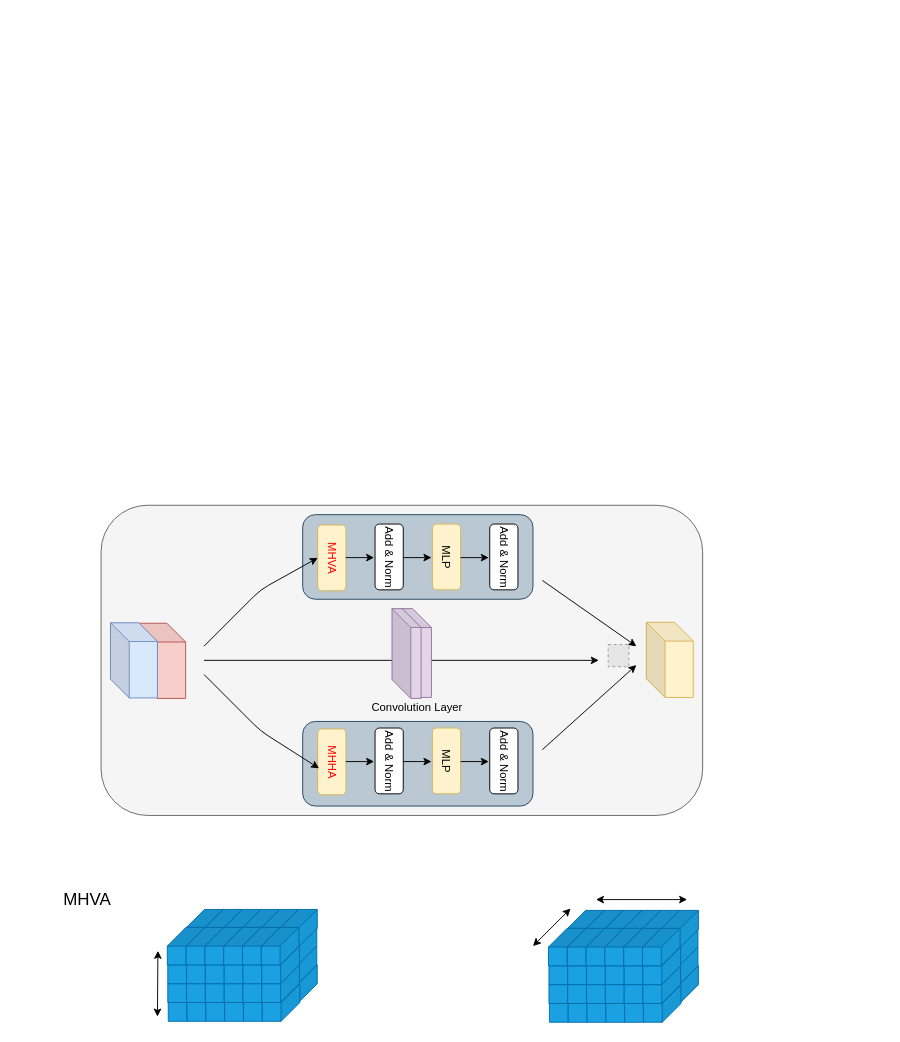
Earlier version of the draw.io diagram image_spatial_transformer.drawio (920232796/test). Source tidied: cells renumbered, new cells numbered last; positions are measured from the earlier drawing's top-left corner, leaving out a move shared by most shapes. Both pictures are drawn from the tidied source at 94%, with x=0, y=0 at pixel (54, 505). Pictures stored in the file or linked from it are replaced by grey dashed boxes.
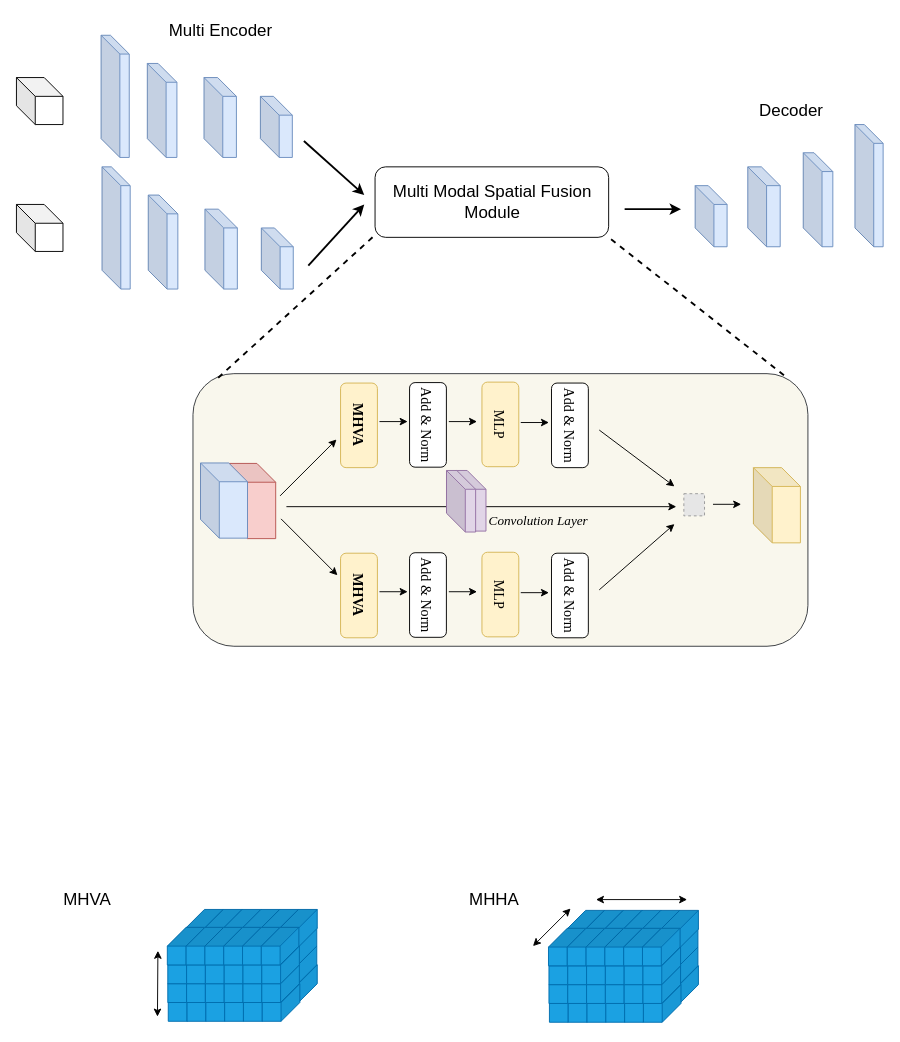
The same page after the edit.

The edit, as a diff of the source:
```diff
@@
-    <mxCell id="20" style="rounded=1;whiteSpace=wrap;html=1;align=center;fillColor=#f5f5f5;strokeColor=#666666;fontColor=#333333;" parent="1" vertex="1">
-      <mxGeometry x="50" width="640" height="330" as="geometry" />
+    <mxCell id="20" style="rounded=1;whiteSpace=wrap;html=1;align=center;fillColor=#f9f7ed;strokeColor=#36393d;" parent="1" vertex="1">
+      <mxGeometry x="147.8" y="-140" width="654.2" height="290" as="geometry" />
     </mxCell>
     <mxCell id="21" style="shape=cube;whiteSpace=wrap;html=1;boundedLbl=1;backgroundOutline=1;darkOpacity=0.05;darkOpacity2=0.1;fillColor=#f8cecc;strokeColor=#b85450;" parent="1" vertex="1">
-      <mxGeometry x="90" y="125.5" width="50" height="80" as="geometry" />
+      <mxGeometry x="185.8" y="-44.5" width="50" height="80" as="geometry" />
     </mxCell>
     <mxCell id="22" style="shape=cube;whiteSpace=wrap;html=1;boundedLbl=1;backgroundOutline=1;darkOpacity=0.05;darkOpacity2=0.1;fillColor=#dae8fc;strokeColor=#6c8ebf;" parent="1" vertex="1">
-      <mxGeometry x="60" y="125" width="50" height="80" as="geometry" />
+      <mxGeometry x="155.8" y="-45" width="50" height="80" as="geometry" />
     </mxCell>
-    <mxCell id="23" style="rounded=1;whiteSpace=wrap;html=1;align=center;fillColor=#bac8d3;strokeColor=#23445d;" parent="1" vertex="1">
-      <mxGeometry x="264.5" y="10" width="245" height="90" as="geometry" />
-    </mxCell>
-    <mxCell id="24" value="&lt;font color=&quot;#ff0000&quot;&gt;MHVA&lt;/font&gt;" style="rounded=1;whiteSpace=wrap;html=1;align=center;horizontal=0;rotation=-180;fillColor=#fff2cc;strokeColor=#d6b656;" parent="1" vertex="1">
-      <mxGeometry x="280.5" y="21" width="30" height="70" as="geometry" />
+    <mxCell id="24" value="&lt;font face=&quot;Times New Roman&quot; style=&quot;font-size: 15px&quot;&gt;MHVA&lt;/font&gt;" style="rounded=1;whiteSpace=wrap;html=1;align=center;horizontal=0;rotation=-180;fillColor=#fff2cc;strokeColor=#d6b656;fontSize=15;fontStyle=1;" parent="1" vertex="1">
+      <mxGeometry x="304.8" y="-130" width="39.2" height="90" as="geometry" />
     </mxCell>
     <mxCell id="25" style="endArrow=classic;html=1;" parent="1" edge="1">
       <mxGeometry relative="1" as="geometry">
-        <mxPoint x="310.5" y="55.7" as="sourcePoint" />
-        <mxPoint x="340.5" y="55.7" as="targetPoint" />
+        <mxPoint x="346.2" y="-89" as="sourcePoint" />
+        <mxPoint x="376.2" y="-89" as="targetPoint" />
       </mxGeometry>
     </mxCell>
-    <mxCell id="26" style="endArrow=classic;html=1;exitX=0.995;exitY=0.514;exitDx=0;exitDy=0;exitPerimeter=0;entryX=1;entryY=0.5;entryDx=0;entryDy=0;" parent="1" edge="1" target="24">
+    <mxCell id="26" style="endArrow=classic;html=1;exitX=0.995;exitY=0.514;exitDx=0;exitDy=0;exitPerimeter=0;" parent="1" edge="1">
       <mxGeometry relative="1" as="geometry">
-        <mxPoint x="159.5" y="150" as="sourcePoint" />
+        <mxPoint x="240.5" y="-10" as="sourcePoint" />
+        <mxPoint x="300.2" y="-70" as="targetPoint" />
         <Array as="points">
-          <mxPoint x="219.5" y="90" />
+          <mxPoint x="300.5" y="-70" />
         </Array>
       </mxGeometry>
     </mxCell>
-    <mxCell id="27" value="Add &amp;amp; Norm" style="rounded=1;whiteSpace=wrap;html=1;align=center;horizontal=0;rotation=-180;" parent="1" vertex="1">
-      <mxGeometry x="341.5" y="20" width="30" height="70" as="geometry" />
-    </mxCell>
     <mxCell id="28" style="endArrow=classic;html=1;" parent="1" edge="1">
       <mxGeometry relative="1" as="geometry">
-        <mxPoint x="371.5" y="55.7" as="sourcePoint" />
-        <mxPoint x="401.5" y="55.7" as="targetPoint" />
+        <mxPoint x="420" y="-89" as="sourcePoint" />
+        <mxPoint x="450" y="-89" as="targetPoint" />
       </mxGeometry>
     </mxCell>
-    <mxCell id="29" value="MLP" style="rounded=1;whiteSpace=wrap;html=1;align=center;horizontal=0;rotation=-180;fillColor=#fff2cc;strokeColor=#d6b656;" parent="1" vertex="1">
-      <mxGeometry x="402.5" y="20" width="30" height="70" as="geometry" />
+    <mxCell id="29" value="MLP" style="rounded=1;whiteSpace=wrap;html=1;align=center;horizontal=0;rotation=-180;fillColor=#fff2cc;strokeColor=#d6b656;fontFamily=Times New Roman;fontSize=15;" parent="1" vertex="1">
+      <mxGeometry x="455.2" y="-131" width="39.2" height="90" as="geometry" />
     </mxCell>
     <mxCell id="30" style="endArrow=classic;html=1;" parent="1" edge="1">
       <mxGeometry relative="1" as="geometry">
-        <mxPoint x="432.5" y="55.7" as="sourcePoint" />
-        <mxPoint x="462.5" y="55.7" as="targetPoint" />
+        <mxPoint x="496.5" y="-88" as="sourcePoint" />
+        <mxPoint x="526.5" y="-88" as="targetPoint" />
       </mxGeometry>
     </mxCell>
-    <mxCell id="31" value="Add &amp;amp; Norm" style="rounded=1;whiteSpace=wrap;html=1;align=center;horizontal=0;rotation=-180;" parent="1" vertex="1">
-      <mxGeometry x="463.5" y="20" width="30" height="70" as="geometry" />
+    <mxCell id="31" value="Add &amp;amp; Norm" style="rounded=1;whiteSpace=wrap;html=1;align=center;horizontal=0;rotation=-180;fontFamily=Times New Roman;fontSize=15;" parent="1" vertex="1">
+      <mxGeometry x="529.2" y="-130" width="39.2" height="90" as="geometry" />
     </mxCell>
-    <mxCell id="32" style="rounded=1;whiteSpace=wrap;html=1;align=center;fillColor=#bac8d3;strokeColor=#23445d;" parent="1" vertex="1">
-      <mxGeometry x="264.5" y="230" width="245" height="90" as="geometry" />
-    </mxCell>
-    <mxCell id="33" value="&lt;font color=&quot;#ff0000&quot;&gt;MHHA&lt;/font&gt;" style="rounded=1;whiteSpace=wrap;html=1;align=center;horizontal=0;rotation=-180;fillColor=#fff2cc;strokeColor=#d6b656;" parent="1" vertex="1">
-      <mxGeometry x="280.5" y="238" width="30" height="70" as="geometry" />
-    </mxCell>
-    <mxCell id="34" style="endArrow=classic;html=1;" parent="1" edge="1">
-      <mxGeometry relative="1" as="geometry">
-        <mxPoint x="310.5" y="272.7" as="sourcePoint" />
-        <mxPoint x="340.5" y="272.7" as="targetPoint" />
-      </mxGeometry>
-    </mxCell>
-    <mxCell id="35" value="Add &amp;amp; Norm" style="rounded=1;whiteSpace=wrap;html=1;align=center;horizontal=0;rotation=-180;" parent="1" vertex="1">
-      <mxGeometry x="341.5" y="237" width="30" height="70" as="geometry" />
-    </mxCell>
-    <mxCell id="36" style="endArrow=classic;html=1;" parent="1" edge="1">
-      <mxGeometry relative="1" as="geometry">
-        <mxPoint x="371.5" y="272.7" as="sourcePoint" />
-        <mxPoint x="401.5" y="272.7" as="targetPoint" />
-      </mxGeometry>
-    </mxCell>
-    <mxCell id="37" value="MLP" style="rounded=1;whiteSpace=wrap;html=1;align=center;horizontal=0;rotation=-180;fillColor=#fff2cc;strokeColor=#d6b656;" parent="1" vertex="1">
-      <mxGeometry x="402.5" y="237" width="30" height="70" as="geometry" />
-    </mxCell>
-    <mxCell id="38" style="endArrow=classic;html=1;" parent="1" edge="1">
-      <mxGeometry relative="1" as="geometry">
-        <mxPoint x="432.5" y="272.7" as="sourcePoint" />
-        <mxPoint x="462.5" y="272.7" as="targetPoint" />
-      </mxGeometry>
-    </mxCell>
-    <mxCell id="39" value="Add &amp;amp; Norm" style="rounded=1;whiteSpace=wrap;html=1;align=center;horizontal=0;rotation=-180;" parent="1" vertex="1">
-      <mxGeometry x="463.5" y="237" width="30" height="70" as="geometry" />
-    </mxCell>
-    <mxCell id="40" style="endArrow=classic;html=1;exitX=0.995;exitY=0.514;exitDx=0;exitDy=0;exitPerimeter=0;entryX=0.952;entryY=0.402;entryDx=0;entryDy=0;entryPerimeter=0;" parent="1" edge="1" target="33">
+    <mxCell id="40" style="endArrow=classic;html=1;exitX=0.995;exitY=0.514;exitDx=0;exitDy=0;exitPerimeter=0;" parent="1" edge="1">
       <mxGeometry relative="1" as="geometry">
-        <mxPoint x="159.5" y="180" as="sourcePoint" />
+        <mxPoint x="241.5" y="14.5" as="sourcePoint" />
+        <mxPoint x="301.2" y="74.5" as="targetPoint" />
         <Array as="points">
-          <mxPoint x="219.5" y="240" />
+          <mxPoint x="301.5" y="74.5" />
         </Array>
       </mxGeometry>
     </mxCell>
     <mxCell id="41" style="endArrow=classic;html=1;" parent="1" edge="1">
       <mxGeometry relative="1" as="geometry">
-        <mxPoint x="519.5" y="80" as="sourcePoint" />
-        <mxPoint x="619.5" y="150" as="targetPoint" />
+        <mxPoint x="580" y="-80" as="sourcePoint" />
+        <mxPoint x="660" y="-20" as="targetPoint" />
       </mxGeometry>
     </mxCell>
     <mxCell id="42" style="endArrow=classic;html=1;" parent="1" edge="1">
       <mxGeometry relative="1" as="geometry">
-        <mxPoint x="519.5" y="260" as="sourcePoint" />
-        <mxPoint x="619.5" y="170" as="targetPoint" />
+        <mxPoint x="580" y="90" as="sourcePoint" />
+        <mxPoint x="660" y="20" as="targetPoint" />
       </mxGeometry>
     </mxCell>
     <mxCell id="43" style="fillColor=#E6E6E6;strokeColor=#999999;dashed=1;verticalLabelPosition=bottom;labelBackgroundColor=#ffffff;verticalAlign=top;" parent="1" vertex="1">
-      <mxGeometry x="589.5" y="148.2" width="22" height="23.6" as="geometry" />
+      <mxGeometry x="670" y="-12.3" width="22" height="23.6" as="geometry" />
     </mxCell>
     <mxCell id="44" style="endArrow=classic;html=1;" parent="1" edge="1">
       <mxGeometry relative="1" as="geometry">
-        <mxPoint x="159.5" y="165" as="sourcePoint" />
-        <mxPoint x="579.5" y="165" as="targetPoint" />
+        <mxPoint x="247.2" y="1.5" as="sourcePoint" />
+        <mxPoint x="662" y="1.5" as="targetPoint" />
       </mxGeometry>
     </mxCell>
     <mxCell id="45" style="shape=cube;whiteSpace=wrap;html=1;boundedLbl=1;backgroundOutline=1;darkOpacity=0.05;darkOpacity2=0.1;align=center;fillColor=#e1d5e7;strokeColor=#9673a6;" parent="1" vertex="1">
-      <mxGeometry x="369.5" y="110" width="32" height="94.5" as="geometry" />
+      <mxGeometry x="427.5" y="-37" width="32" height="64.5" as="geometry" />
     </mxCell>
     <mxCell id="46" style="shape=cube;whiteSpace=wrap;html=1;boundedLbl=1;backgroundOutline=1;darkOpacity=0.05;darkOpacity2=0.1;align=center;fillColor=#e1d5e7;strokeColor=#9673a6;" parent="1" vertex="1">
-      <mxGeometry x="359.5" y="110" width="31" height="95.5" as="geometry" />
+      <mxGeometry x="417.5" y="-37" width="31" height="65.5" as="geometry" />
     </mxCell>
-    <mxCell id="47" value="Convolution Layer" style="text;html=1;align=center;verticalAlign=middle;" parent="1" vertex="1">
-      <mxGeometry x="330.5" y="204.5" width="110" height="20" as="geometry" />
+    <mxCell id="47" value="&lt;font style=&quot;font-size: 14px;&quot; face=&quot;Times New Roman&quot;&gt;&lt;i style=&quot;font-size: 14px;&quot;&gt;Convolution Layer&lt;/i&gt;&lt;/font&gt;" style="text;html=1;align=center;verticalAlign=middle;fontSize=14;" parent="1" vertex="1">
+      <mxGeometry x="455" y="6.3" width="120" height="20" as="geometry" />
     </mxCell>
     <mxCell id="48" style="shape=cube;whiteSpace=wrap;html=1;boundedLbl=1;backgroundOutline=1;darkOpacity=0.05;darkOpacity2=0.1;fillColor=#fff2cc;strokeColor=#d6b656;" parent="1" vertex="1">
-      <mxGeometry x="630" y="124.5" width="50" height="80" as="geometry" />
+      <mxGeometry x="744" y="-40" width="50" height="80" as="geometry" />
     </mxCell>
@@
+    <mxCell id="33" value="&lt;font style=&quot;font-size: 18px&quot;&gt;MHHA&lt;/font&gt;" style="text;html=1;align=center;verticalAlign=middle;points=[];strokeColor=none;fillColor=none;" parent="1" vertex="1">
+      <mxGeometry x="432.5" y="410" width="70" height="20" as="geometry" />
+    </mxCell>
+    <mxCell id="131" style="shape=cube;whiteSpace=wrap;html=1;boundedLbl=1;backgroundOutline=1;darkOpacity=0.05;darkOpacity2=0.1;fontSize=18;" parent="1" vertex="1">
+      <mxGeometry x="-40" y="-455" width="49.5" height="50" as="geometry" />
+    </mxCell>
+    <mxCell id="132" style="shape=cube;whiteSpace=wrap;html=1;boundedLbl=1;backgroundOutline=1;darkOpacity=0.05;darkOpacity2=0.1;fontSize=18;" parent="1" vertex="1">
+      <mxGeometry x="-40" y="-320" width="49.5" height="50" as="geometry" />
+    </mxCell>
+    <mxCell id="133" style="shape=cube;whiteSpace=wrap;html=1;boundedLbl=1;backgroundOutline=1;darkOpacity=0.05;darkOpacity2=0.1;fontSize=18;fillColor=#dae8fc;strokeColor=#6c8ebf;" parent="1" vertex="1">
+      <mxGeometry x="50" y="-500" width="30" height="130" as="geometry" />
+    </mxCell>
+    <mxCell id="134" style="shape=cube;whiteSpace=wrap;html=1;boundedLbl=1;backgroundOutline=1;darkOpacity=0.05;darkOpacity2=0.1;fontSize=18;fillColor=#dae8fc;strokeColor=#6c8ebf;" parent="1" vertex="1">
+      <mxGeometry x="99.2" y="-470" width="31.5" height="100" as="geometry" />
+    </mxCell>
+    <mxCell id="135" style="shape=cube;whiteSpace=wrap;html=1;boundedLbl=1;backgroundOutline=1;darkOpacity=0.05;darkOpacity2=0.1;fontSize=18;fillColor=#dae8fc;strokeColor=#6c8ebf;" parent="1" vertex="1">
+      <mxGeometry x="159.5" y="-455" width="34.5" height="85" as="geometry" />
+    </mxCell>
+    <mxCell id="136" style="shape=cube;whiteSpace=wrap;html=1;boundedLbl=1;backgroundOutline=1;darkOpacity=0.05;darkOpacity2=0.1;fontSize=18;fillColor=#dae8fc;strokeColor=#6c8ebf;" parent="1" vertex="1">
+      <mxGeometry x="219.5" y="-435" width="34" height="65" as="geometry" />
+    </mxCell>
+    <mxCell id="137" style="shape=cube;whiteSpace=wrap;html=1;boundedLbl=1;backgroundOutline=1;darkOpacity=0.05;darkOpacity2=0.1;fontSize=18;fillColor=#dae8fc;strokeColor=#6c8ebf;" parent="1" vertex="1">
+      <mxGeometry x="51" y="-360" width="30" height="130" as="geometry" />
+    </mxCell>
+    <mxCell id="138" style="shape=cube;whiteSpace=wrap;html=1;boundedLbl=1;backgroundOutline=1;darkOpacity=0.05;darkOpacity2=0.1;fontSize=18;fillColor=#dae8fc;strokeColor=#6c8ebf;" parent="1" vertex="1">
+      <mxGeometry x="100.2" y="-330" width="31.5" height="100" as="geometry" />
+    </mxCell>
+    <mxCell id="139" style="shape=cube;whiteSpace=wrap;html=1;boundedLbl=1;backgroundOutline=1;darkOpacity=0.05;darkOpacity2=0.1;fontSize=18;fillColor=#dae8fc;strokeColor=#6c8ebf;" parent="1" vertex="1">
+      <mxGeometry x="160.5" y="-315" width="34.5" height="85" as="geometry" />
+    </mxCell>
+    <mxCell id="140" style="shape=cube;whiteSpace=wrap;html=1;boundedLbl=1;backgroundOutline=1;darkOpacity=0.05;darkOpacity2=0.1;fontSize=18;fillColor=#dae8fc;strokeColor=#6c8ebf;" parent="1" vertex="1">
+      <mxGeometry x="220.5" y="-295" width="34" height="65" as="geometry" />
+    </mxCell>
+    <mxCell id="141" style="endArrow=classic;html=1;rounded=0;fontSize=18;strokeWidth=2;" parent="1" edge="1">
+      <mxGeometry relative="1" as="geometry">
+        <mxPoint x="270.5" y="-255" as="sourcePoint" />
+        <mxPoint x="330" y="-320" as="targetPoint" />
+      </mxGeometry>
+    </mxCell>
+    <mxCell id="142" style="endArrow=classic;html=1;rounded=0;fontSize=18;strokeWidth=2;" parent="1" edge="1">
+      <mxGeometry relative="1" as="geometry">
+        <mxPoint x="265.8" y="-387.5" as="sourcePoint" />
+        <mxPoint x="330" y="-330" as="targetPoint" />
+      </mxGeometry>
+    </mxCell>
+    <mxCell id="143" value="Multi Encoder" style="text;html=1;align=center;verticalAlign=middle;strokeColor=none;fillColor=none;fontSize=18;" parent="1" vertex="1">
+      <mxGeometry x="111.5" y="-520" width="130" height="30" as="geometry" />
+    </mxCell>
+    <mxCell id="144" value="Multi Modal Spatial Fusion Module" style="rounded=1;whiteSpace=wrap;html=1;fontSize=18;" parent="1" vertex="1">
+      <mxGeometry x="341.5" y="-360" width="248.5" height="75" as="geometry" />
+    </mxCell>
+    <mxCell id="145" style="endArrow=classic;html=1;rounded=0;fontSize=18;strokeWidth=2;" parent="1" edge="1">
+      <mxGeometry relative="1" as="geometry">
+        <mxPoint x="607" y="-315" as="sourcePoint" />
+        <mxPoint x="667" y="-315" as="targetPoint" />
+      </mxGeometry>
+    </mxCell>
+    <mxCell id="146" style="shape=cube;whiteSpace=wrap;html=1;boundedLbl=1;backgroundOutline=1;darkOpacity=0.05;darkOpacity2=0.1;fontSize=18;fillColor=#dae8fc;strokeColor=#6c8ebf;direction=east;" parent="1" vertex="1">
+      <mxGeometry x="852" y="-405" width="30" height="130" as="geometry" />
+    </mxCell>
+    <mxCell id="147" style="shape=cube;whiteSpace=wrap;html=1;boundedLbl=1;backgroundOutline=1;darkOpacity=0.05;darkOpacity2=0.1;fontSize=18;fillColor=#dae8fc;strokeColor=#6c8ebf;direction=east;" parent="1" vertex="1">
+      <mxGeometry x="797" y="-375" width="31.5" height="100" as="geometry" />
+    </mxCell>
+    <mxCell id="148" style="shape=cube;whiteSpace=wrap;html=1;boundedLbl=1;backgroundOutline=1;darkOpacity=0.05;darkOpacity2=0.1;fontSize=18;fillColor=#dae8fc;strokeColor=#6c8ebf;direction=east;" parent="1" vertex="1">
+      <mxGeometry x="738" y="-360" width="34.5" height="85" as="geometry" />
+    </mxCell>
+    <mxCell id="149" style="shape=cube;whiteSpace=wrap;html=1;boundedLbl=1;backgroundOutline=1;darkOpacity=0.05;darkOpacity2=0.1;fontSize=18;fillColor=#dae8fc;strokeColor=#6c8ebf;direction=east;" parent="1" vertex="1">
+      <mxGeometry x="682" y="-340" width="34" height="65" as="geometry" />
+    </mxCell>
+    <mxCell id="150" value="Decoder" style="text;html=1;align=center;verticalAlign=middle;strokeColor=none;fillColor=none;fontSize=18;" parent="1" vertex="1">
+      <mxGeometry x="744" y="-435" width="80" height="30" as="geometry" />
+    </mxCell>
+    <mxCell id="151" style="endArrow=none;dashed=1;html=1;rounded=0;fontSize=18;strokeWidth=2;exitX=0.041;exitY=0.015;exitDx=0;exitDy=0;exitPerimeter=0;" parent="1" edge="1" source="20">
+      <mxGeometry relative="1" as="geometry">
+        <mxPoint x="341.5" y="-287.5" as="targetPoint" />
+      </mxGeometry>
+    </mxCell>
+    <mxCell id="152" style="endArrow=none;dashed=1;html=1;rounded=0;fontSize=18;strokeWidth=2;exitX=0.961;exitY=0.006;exitDx=0;exitDy=0;entryX=1;entryY=1;entryDx=0;entryDy=0;exitPerimeter=0;" parent="1" edge="1" source="20" target="144">
+      <mxGeometry relative="1" as="geometry" />
+    </mxCell>
+    <mxCell id="153" value="Add &amp;amp; Norm" style="rounded=1;whiteSpace=wrap;html=1;align=center;horizontal=0;rotation=-180;fontFamily=Times New Roman;fontSize=15;" parent="1" vertex="1">
+      <mxGeometry x="378.2" y="-130.5" width="39.2" height="90" as="geometry" />
+    </mxCell>
+    <mxCell id="154" value="&lt;font style=&quot;font-size: 15px;&quot;&gt;MHVA&lt;/font&gt;" style="rounded=1;whiteSpace=wrap;html=1;align=center;horizontal=0;rotation=-180;fillColor=#fff2cc;strokeColor=#d6b656;fontFamily=Times New Roman;fontSize=15;fontColor=#000000;fontStyle=1;" parent="1" vertex="1">
+      <mxGeometry x="304.8" y="51" width="39.2" height="90" as="geometry" />
+    </mxCell>
+    <mxCell id="155" style="endArrow=classic;html=1;" parent="1" edge="1">
+      <mxGeometry relative="1" as="geometry">
+        <mxPoint x="346.2" y="92" as="sourcePoint" />
+        <mxPoint x="376.2" y="92" as="targetPoint" />
+      </mxGeometry>
+    </mxCell>
+    <mxCell id="156" style="endArrow=classic;html=1;" parent="1" edge="1">
+      <mxGeometry relative="1" as="geometry">
+        <mxPoint x="420" y="92" as="sourcePoint" />
+        <mxPoint x="450" y="92" as="targetPoint" />
+      </mxGeometry>
+    </mxCell>
+    <mxCell id="37" value="MLP" style="rounded=1;whiteSpace=wrap;html=1;align=center;horizontal=0;rotation=-180;fillColor=#fff2cc;strokeColor=#d6b656;fontFamily=Times New Roman;fontSize=15;" parent="1" vertex="1">
+      <mxGeometry x="455.2" y="50" width="39.2" height="90" as="geometry" />
+    </mxCell>
+    <mxCell id="157" style="endArrow=classic;html=1;" parent="1" edge="1">
+      <mxGeometry relative="1" as="geometry">
+        <mxPoint x="496.5" y="93" as="sourcePoint" />
+        <mxPoint x="526.5" y="93" as="targetPoint" />
+      </mxGeometry>
+    </mxCell>
+    <mxCell id="158" value="Add &amp;amp; Norm" style="rounded=1;whiteSpace=wrap;html=1;align=center;horizontal=0;rotation=-180;fontFamily=Times New Roman;fontSize=15;" parent="1" vertex="1">
+      <mxGeometry x="529.2" y="51" width="39.2" height="90" as="geometry" />
+    </mxCell>
+    <mxCell id="159" value="Add &amp;amp; Norm" style="rounded=1;whiteSpace=wrap;html=1;align=center;horizontal=0;rotation=-180;fontFamily=Times New Roman;fontSize=15;" parent="1" vertex="1">
+      <mxGeometry x="378.2" y="50.5" width="39.2" height="90" as="geometry" />
+    </mxCell>
+    <mxCell id="160" style="endArrow=classic;html=1;" parent="1" edge="1">
+      <mxGeometry relative="1" as="geometry">
+        <mxPoint x="701" y="-1" as="sourcePoint" />
+        <mxPoint x="731" y="-1" as="targetPoint" />
+      </mxGeometry>
+    </mxCell>
```
